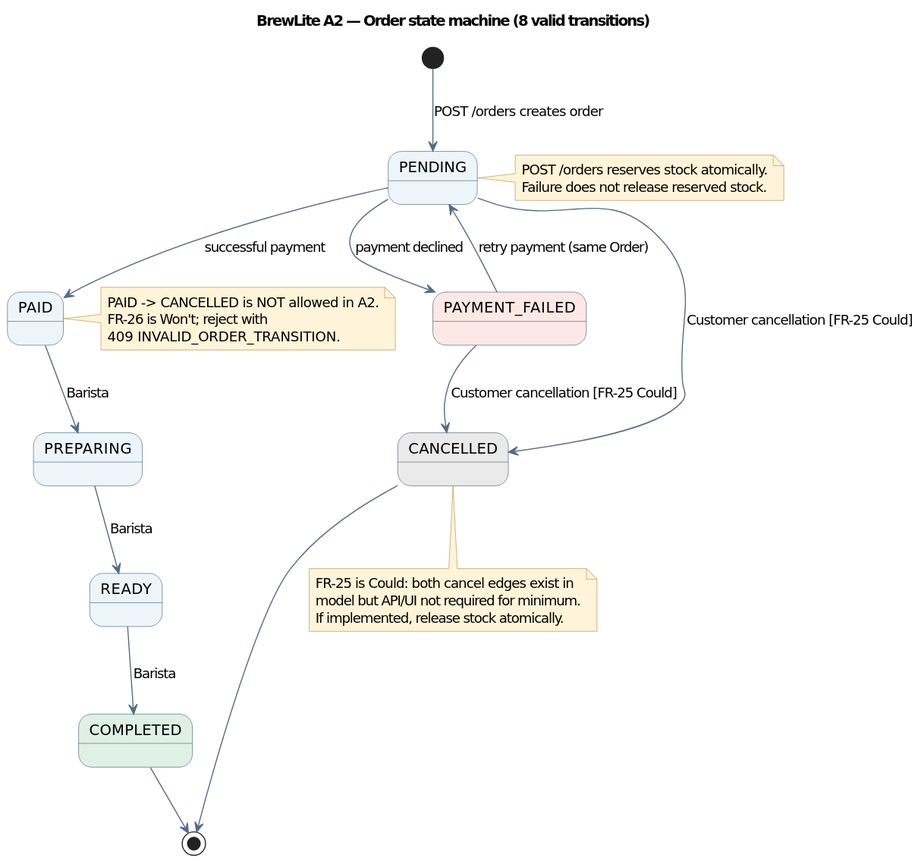
Before: docs/diagrams/state-order.svg, a diagram exported from PlantUML (DuVinhLoi/BrewLite). Source of this version:
```plantuml
@startuml
skinparam shadowing false
skinparam defaultFontName "DejaVu Sans"
skinparam ArrowColor #536C83
skinparam StateBackgroundColor #EDF5FB
skinparam StateBorderColor #536C83
skinparam NoteBackgroundColor #FFF4D9
skinparam NoteBorderColor #B99655
title BrewLite A2 — Order state machine (8 valid transitions)

state PENDING
state PAID
state PAYMENT_FAILED #FCE8E5
state PREPARING
state READY
state COMPLETED #DFF1E5
state CANCELLED #EAEAEA

[*] --> PENDING : POST /orders creates order
PENDING --> PAID : successful payment
PENDING --> PAYMENT_FAILED : payment declined
PENDING --> CANCELLED : Customer cancellation [FR-25 Could]
PAYMENT_FAILED --> PENDING : retry payment (same Order)
PAYMENT_FAILED --> CANCELLED : Customer cancellation [FR-25 Could]
PAID --> PREPARING : Barista
PREPARING --> READY : Barista
READY --> COMPLETED : Barista
COMPLETED --> [*]
CANCELLED --> [*]

note right of PENDING
  POST /orders reserves stock atomically.
  Failure does not release reserved stock.
end note
note right of PAID
  PAID -> CANCELLED is NOT allowed in A2.
  FR-26 is Won't; reject with
  409 INVALID_ORDER_TRANSITION.
end note
note bottom of CANCELLED
  FR-25 is Could: both cancel edges exist in
  model but API/UI not required for minimum.
  If implemented, release stock atomically.
end note
@enduml
```
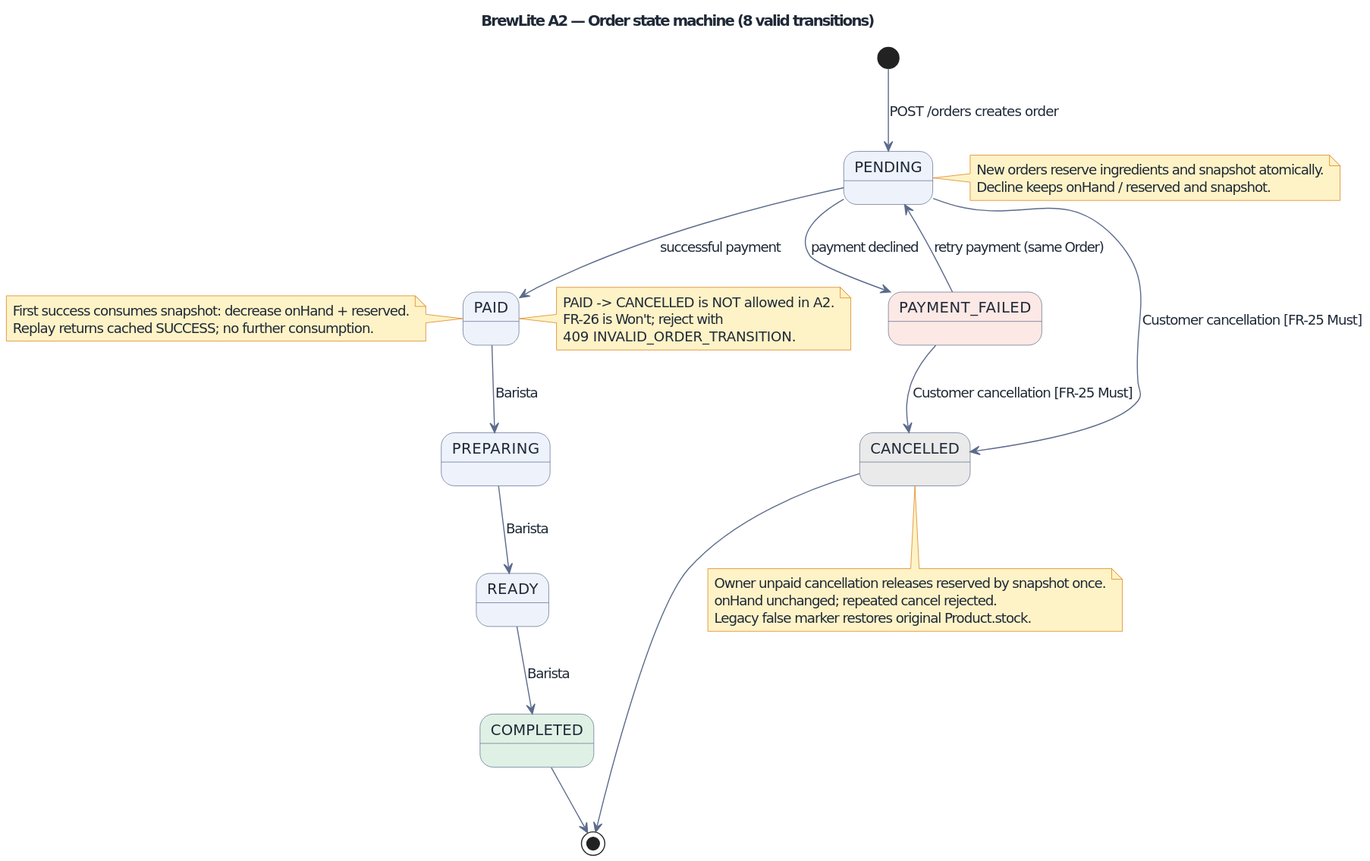
After the change.

What changed in the source:
```diff
@@ -1,11 +1,25 @@
 @startuml
+skinparam DefaultFontColor #1f2937
+skinparam ArrowColor #5b6b8c
+skinparam ArrowFontColor #1f2937
+skinparam PackageBackgroundColor #f8fafc
+skinparam PackageBorderColor #94a3b8
+skinparam ClassBackgroundColor #eef2fb
+skinparam ClassBorderColor #5b6b8c
+skinparam ClassFontColor #1f2937
+skinparam StateBackgroundColor #eef2fb
+skinparam StateBorderColor #5b6b8c
+skinparam StateFontColor #1f2937
+skinparam ComponentBackgroundColor #eef2fb
+skinparam ComponentBorderColor #5b6b8c
+skinparam SequenceParticipantBackgroundColor #eef2fb
+skinparam SequenceParticipantBorderColor #5b6b8c
+skinparam SequenceLifeLineBorderColor #5b6b8c
+skinparam NoteBackgroundColor #fef3c7
+skinparam NoteBorderColor #d97706
+skinparam NoteFontColor #1f2937
 skinparam shadowing false
 skinparam defaultFontName "DejaVu Sans"
-skinparam ArrowColor #536C83
-skinparam StateBackgroundColor #EDF5FB
-skinparam StateBorderColor #536C83
-skinparam NoteBackgroundColor #FFF4D9
-skinparam NoteBorderColor #B99655
 title BrewLite A2 — Order state machine (8 valid transitions)
 
 state PENDING
@@ -19,9 +33,9 @@
 [*] --> PENDING : POST /orders creates order
 PENDING --> PAID : successful payment
 PENDING --> PAYMENT_FAILED : payment declined
-PENDING --> CANCELLED : Customer cancellation [FR-25 Could]
+PENDING --> CANCELLED : Customer cancellation [FR-25 Must]
 PAYMENT_FAILED --> PENDING : retry payment (same Order)
-PAYMENT_FAILED --> CANCELLED : Customer cancellation [FR-25 Could]
+PAYMENT_FAILED --> CANCELLED : Customer cancellation [FR-25 Must]
 PAID --> PREPARING : Barista
 PREPARING --> READY : Barista
 READY --> COMPLETED : Barista
@@ -29,8 +43,12 @@
 CANCELLED --> [*]
 
 note right of PENDING
-  POST /orders reserves stock atomically.
-  Failure does not release reserved stock.
+  New orders reserve ingredients and snapshot atomically.
+  Decline keeps onHand / reserved and snapshot.
+end note
+note left of PAID
+  First success consumes snapshot: decrease onHand + reserved.
+  Replay returns cached SUCCESS; no further consumption.
 end note
 note right of PAID
   PAID -> CANCELLED is NOT allowed in A2.
@@ -38,8 +56,8 @@
   409 INVALID_ORDER_TRANSITION.
 end note
 note bottom of CANCELLED
-  FR-25 is Could: both cancel edges exist in
-  model but API/UI not required for minimum.
-  If implemented, release stock atomically.
+  Owner unpaid cancellation releases reserved by snapshot once.
+  onHand unchanged; repeated cancel rejected.
+  Legacy false marker restores original Product.stock.
 end note
 @enduml
```
